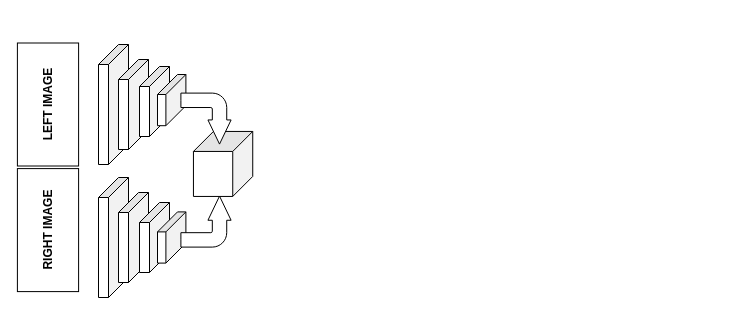
The draw.io diagram Untitled Diagram.drawio in APVGITHUB/stereo-fpga, before the edit. Source tidied: cells renumbered, new cells numbered last; positions are measured from the earlier drawing's top-left corner, leaving out a move shared by most shapes. Both pictures are drawn from the tidied source at 100%, with x=0, y=0 at pixel (-14, 73).
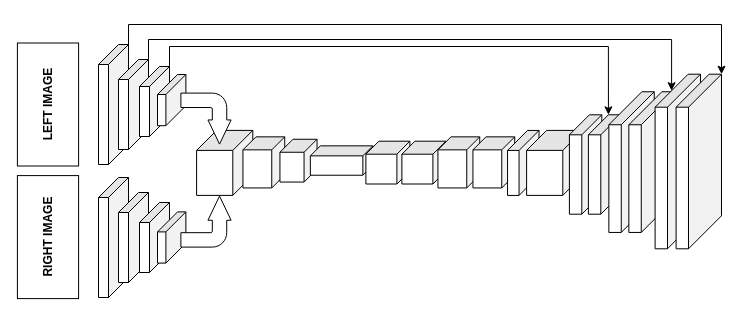
After the change.

The change refers to these unchanged cells:
```xml
<mxCell id="2" style="shape=cube;whiteSpace=wrap;html=1;boundedLbl=1;backgroundOutline=1;darkOpacity=0.05;darkOpacity2=0.1;rotation=90;" parent="1" vertex="1">
  <mxGeometry x="67" y="16" width="120" height="30" as="geometry" />
</mxCell>
<mxCell id="3" style="shape=cube;whiteSpace=wrap;html=1;boundedLbl=1;backgroundOutline=1;darkOpacity=0.05;darkOpacity2=0.1;rotation=90;" parent="1" vertex="1">
  <mxGeometry x="102" y="16" width="90" height="30" as="geometry" />
</mxCell>
<mxCell id="4" style="shape=cube;whiteSpace=wrap;html=1;boundedLbl=1;backgroundOutline=1;darkOpacity=0.05;darkOpacity2=0.1;rotation=90;" parent="1" vertex="1">
  <mxGeometry x="133" y="13" width="70" height="30" as="geometry" />
</mxCell>
```

Change to the diagram source:
```diff
@@
+    <mxCell id="15" style="edgeStyle=orthogonalEdgeStyle;rounded=0;jettySize=auto;html=1;exitX=0;exitY=0;exitDx=0;exitDy=0;exitPerimeter=0;entryX=0;entryY=0;entryDx=0;entryDy=0;entryPerimeter=0;" parent="1" edge="1" source="2" target="32">
+      <mxGeometry relative="1" as="geometry" />
+    </mxCell>
@@
+    <mxCell id="16" style="edgeStyle=orthogonalEdgeStyle;rounded=0;jettySize=auto;html=1;exitX=0;exitY=0;exitDx=0;exitDy=0;exitPerimeter=0;entryX=0;entryY=0;entryDx=16.5;entryDy=28.9;entryPerimeter=0;" parent="1" edge="1" source="3" target="31">
+      <mxGeometry relative="1" as="geometry">
+        <Array as="points">
+          <mxPoint x="162" y="-34" />
+          <mxPoint x="685" y="-34" />
+        </Array>
+      </mxGeometry>
+    </mxCell>
@@
+    <mxCell id="17" style="edgeStyle=orthogonalEdgeStyle;rounded=0;jettySize=auto;html=1;exitX=0;exitY=0;exitDx=0;exitDy=0;exitPerimeter=0;entryX=0;entryY=0;entryDx=0;entryDy=12.369999999999997;entryPerimeter=0;" parent="1" edge="1" source="4" target="28">
+      <mxGeometry relative="1" as="geometry">
+        <Array as="points">
+          <mxPoint x="183" y="-27" />
+          <mxPoint x="622" y="-27" />
+        </Array>
+      </mxGeometry>
+    </mxCell>
@@
     <mxCell id="11" value="&lt;b&gt;RIGHT IMAGE&lt;/b&gt;" style="rounded=0;whiteSpace=wrap;html=1;rotation=-90;" parent="1" vertex="1">
-      <mxGeometry y="126" width="123" height="61.2" as="geometry" />
+      <mxGeometry y="133" width="123" height="61.2" as="geometry" />
     </mxCell>
     <mxCell id="12" style="shape=cube;whiteSpace=wrap;html=1;boundedLbl=1;backgroundOutline=1;darkOpacity=0.05;darkOpacity2=0.1;rotation=90;" parent="1" vertex="1">
-      <mxGeometry x="204.1" y="60.8" width="65" height="59.3" as="geometry" />
+      <mxGeometry x="205.7" y="61.3" width="65" height="56.2" as="geometry" />
     </mxCell>
@@
+    <mxCell id="18" style="shape=cube;whiteSpace=wrap;html=1;boundedLbl=1;backgroundOutline=1;darkOpacity=0.05;darkOpacity2=0.1;rotation=90;size=13;" parent="1" vertex="1">
+      <mxGeometry x="251.8" y="68" width="51.1" height="41.8" as="geometry" />
+    </mxCell>
+    <mxCell id="19" style="shape=cube;whiteSpace=wrap;html=1;boundedLbl=1;backgroundOutline=1;darkOpacity=0.05;darkOpacity2=0.1;rotation=90;size=13;" parent="1" vertex="1">
+      <mxGeometry x="290.6" y="68.6" width="42.8" height="37.1" as="geometry" />
+    </mxCell>
+    <mxCell id="20" style="shape=cube;whiteSpace=wrap;html=1;boundedLbl=1;backgroundOutline=1;darkOpacity=0.05;darkOpacity2=0.1;rotation=90;size=10;" parent="1" vertex="1">
+      <mxGeometry x="340.4" y="55.8" width="29.4" height="62.5" as="geometry" />
+    </mxCell>
+    <mxCell id="21" style="shape=cube;whiteSpace=wrap;html=1;boundedLbl=1;backgroundOutline=1;darkOpacity=0.05;darkOpacity2=0.1;rotation=90;size=13;" parent="1" vertex="1">
+      <mxGeometry x="380" y="67.1" width="42.8" height="44" as="geometry" />
+    </mxCell>
+    <mxCell id="22" style="shape=cube;whiteSpace=wrap;html=1;boundedLbl=1;backgroundOutline=1;darkOpacity=0.05;darkOpacity2=0.1;rotation=90;size=13;" parent="1" vertex="1">
+      <mxGeometry x="416" y="67.1" width="42.8" height="44" as="geometry" />
+    </mxCell>
+    <mxCell id="23" style="shape=cube;whiteSpace=wrap;html=1;boundedLbl=1;backgroundOutline=1;darkOpacity=0.05;darkOpacity2=0.1;rotation=90;size=13;" parent="1" vertex="1">
+      <mxGeometry x="446.8" y="68" width="51.1" height="41.8" as="geometry" />
+    </mxCell>
+    <mxCell id="24" style="shape=cube;whiteSpace=wrap;html=1;boundedLbl=1;backgroundOutline=1;darkOpacity=0.05;darkOpacity2=0.1;rotation=90;size=13;" parent="1" vertex="1">
+      <mxGeometry x="481.8" y="68" width="51.1" height="41.8" as="geometry" />
+    </mxCell>
+    <mxCell id="25" style="shape=cube;whiteSpace=wrap;html=1;boundedLbl=1;backgroundOutline=1;darkOpacity=0.05;darkOpacity2=0.1;rotation=90;" parent="1" vertex="1">
+      <mxGeometry x="504.3" y="73.7" width="65" height="31.5" as="geometry" />
+    </mxCell>
+    <mxCell id="26" style="shape=cube;whiteSpace=wrap;html=1;boundedLbl=1;backgroundOutline=1;darkOpacity=0.05;darkOpacity2=0.1;rotation=90;" parent="1" vertex="1">
+      <mxGeometry x="535.7" y="61.3" width="65" height="56.2" as="geometry" />
+    </mxCell>
+    <mxCell id="27" style="shape=cube;whiteSpace=wrap;html=1;boundedLbl=1;backgroundOutline=1;darkOpacity=0.05;darkOpacity2=0.1;rotation=90;" parent="1" vertex="1">
+      <mxGeometry x="549.4" y="74.8" width="99.4" height="32.4" as="geometry" />
+    </mxCell>
+    <mxCell id="28" style="shape=cube;whiteSpace=wrap;html=1;boundedLbl=1;backgroundOutline=1;darkOpacity=0.05;darkOpacity2=0.1;rotation=90;" parent="1" vertex="1">
+      <mxGeometry x="568.4" y="74.8" width="99.4" height="32.4" as="geometry" />
+    </mxCell>
+    <mxCell id="29" style="shape=cube;whiteSpace=wrap;html=1;boundedLbl=1;backgroundOutline=1;darkOpacity=0.05;darkOpacity2=0.1;rotation=90;size=33;" parent="1" vertex="1">
+      <mxGeometry x="574.7" y="65.9" width="140.7" height="45.4" as="geometry" />
+    </mxCell>
+    <mxCell id="30" style="shape=cube;whiteSpace=wrap;html=1;boundedLbl=1;backgroundOutline=1;darkOpacity=0.05;darkOpacity2=0.1;rotation=90;size=33;" parent="1" vertex="1">
+      <mxGeometry x="594.7" y="65.9" width="140.7" height="45.4" as="geometry" />
+    </mxCell>
+    <mxCell id="31" style="shape=cube;whiteSpace=wrap;html=1;boundedLbl=1;backgroundOutline=1;darkOpacity=0.05;darkOpacity2=0.1;rotation=90;size=33;" parent="1" vertex="1">
+      <mxGeometry x="604" y="65.3" width="174.6" height="45.4" as="geometry" />
+    </mxCell>
+    <mxCell id="32" style="shape=cube;whiteSpace=wrap;html=1;boundedLbl=1;backgroundOutline=1;darkOpacity=0.05;darkOpacity2=0.1;rotation=90;size=33;" parent="1" vertex="1">
+      <mxGeometry x="625" y="65.3" width="174.6" height="45.4" as="geometry" />
+    </mxCell>
```
